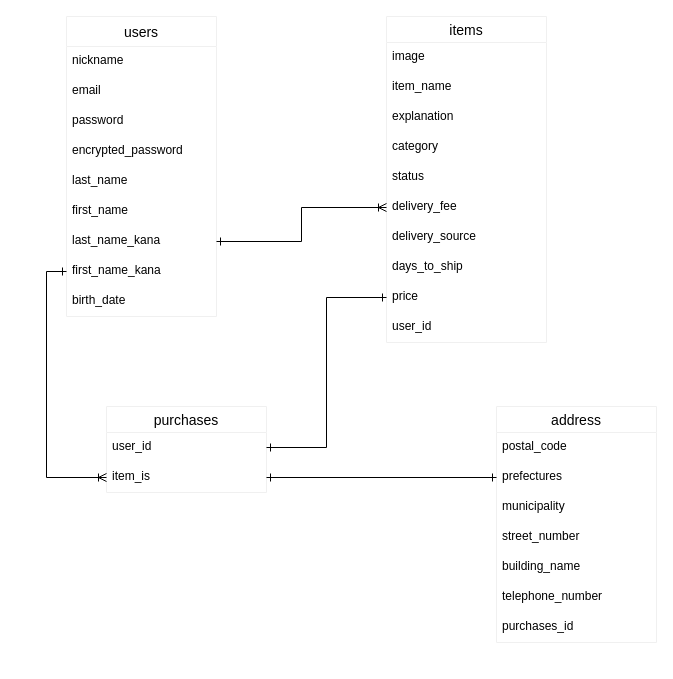
Before: furima.dio in fukuda0921/furima-31043, a draw.io diagram. Source tidied: cells renumbered, new cells numbered last; positions are measured from the earlier drawing's top-left corner, leaving out a move shared by most shapes. Both pictures are drawn from the tidied source at 100%, with x=0, y=0 at pixel (66, 16).
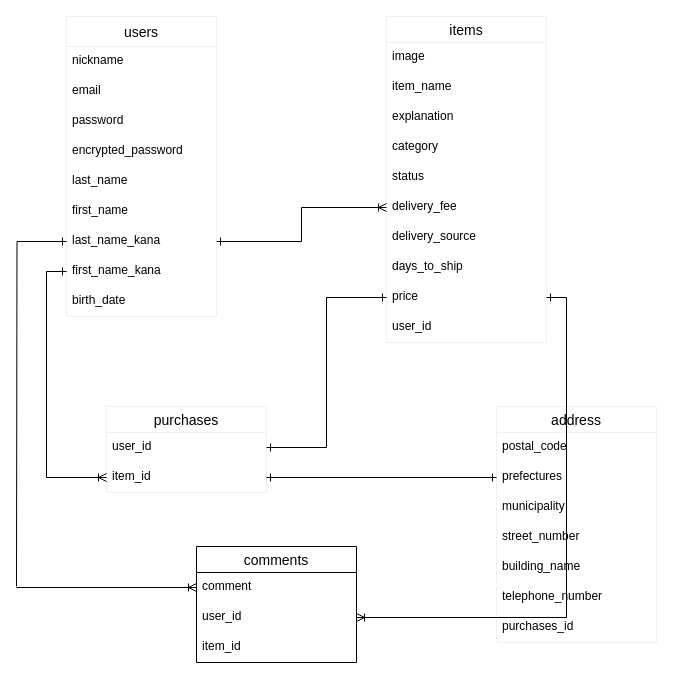
The same diagram, later.

Commit message (it also covers changes not shown here):
データベース設計の編集

Unchanged cells that the change refers to:
```xml
<mxCell id="9" value="last_name_kana" style="text;strokeColor=none;fillColor=none;spacingLeft=4;spacingRight=4;overflow=hidden;points=[[0,0.5],[1,0.5]];portConstraint=eastwest;fontSize=12;" parent="2" vertex="1">
  <mxGeometry y="210" width="150" height="30" as="geometry" />
</mxCell>
<mxCell id="21" value="price" style="text;strokeColor=none;fillColor=none;spacingLeft=4;spacingRight=4;overflow=hidden;points=[[0,0.5],[1,0.5]];portConstraint=eastwest;fontSize=12;" parent="12" vertex="1">
  <mxGeometry y="266" width="160" height="30" as="geometry" />
</mxCell>
<mxCell id="24" value="purchases" style="swimlane;fontStyle=0;horizontal=1;startSize=26;align=center;fontSize=14;strokeColor=#F0F0F0;" parent="1" vertex="1">
  <mxGeometry x="40" y="390" width="160" height="86" as="geometry" />
</mxCell>
```

Change to the diagram source:
```diff
@@
-    <mxCell id="26" value="item_is" style="text;strokeColor=none;fillColor=none;spacingLeft=4;spacingRight=4;overflow=hidden;points=[[0,0.5],[1,0.5]];portConstraint=eastwest;fontSize=12;" parent="24" vertex="1">
+    <mxCell id="26" value="item_id" style="text;strokeColor=none;fillColor=none;spacingLeft=4;spacingRight=4;overflow=hidden;points=[[0,0.5],[1,0.5]];portConstraint=eastwest;fontSize=12;" parent="24" vertex="1">
       <mxGeometry y="56" width="160" height="30" as="geometry" />
     </mxCell>
@@
+    <mxCell id="38" value="comments" style="swimlane;fontStyle=0;horizontal=1;startSize=26;align=center;fontSize=14;" parent="1" vertex="1">
+      <mxGeometry x="130" y="530" width="160" height="116" as="geometry" />
+    </mxCell>
+    <mxCell id="39" value="comment" style="text;strokeColor=none;fillColor=none;spacingLeft=4;spacingRight=4;overflow=hidden;points=[[0,0.5],[1,0.5]];portConstraint=eastwest;fontSize=12;" parent="38" vertex="1">
+      <mxGeometry y="26" width="160" height="30" as="geometry" />
+    </mxCell>
+    <mxCell id="40" value="user_id" style="text;strokeColor=none;fillColor=none;spacingLeft=4;spacingRight=4;overflow=hidden;points=[[0,0.5],[1,0.5]];portConstraint=eastwest;fontSize=12;" parent="38" vertex="1">
+      <mxGeometry y="56" width="160" height="30" as="geometry" />
+    </mxCell>
+    <mxCell id="41" value="item_id" style="text;strokeColor=none;fillColor=none;spacingLeft=4;spacingRight=4;overflow=hidden;fontSize=12;" parent="38" vertex="1">
+      <mxGeometry y="86" width="160" height="30" as="geometry" />
+    </mxCell>
+    <mxCell id="42" style="edgeStyle=orthogonalEdgeStyle;rounded=0;jettySize=auto;html=1;exitX=0;exitY=0.5;exitDx=0;exitDy=0;startArrow=ERone;startFill=0;endArrow=none;endFill=0;" parent="1" edge="1" source="9">
+      <mxGeometry relative="1" as="geometry">
+        <mxPoint x="-50" y="570" as="targetPoint" />
+      </mxGeometry>
+    </mxCell>
+    <mxCell id="43" style="edgeStyle=orthogonalEdgeStyle;rounded=0;jettySize=auto;html=1;exitX=0;exitY=0.5;exitDx=0;exitDy=0;startArrow=ERoneToMany;startFill=0;endArrow=none;endFill=0;" parent="1" edge="1" source="39">
+      <mxGeometry relative="1" as="geometry">
+        <mxPoint x="-50" y="571" as="targetPoint" />
+      </mxGeometry>
+    </mxCell>
+    <mxCell id="44" style="edgeStyle=orthogonalEdgeStyle;rounded=0;jettySize=auto;html=1;exitX=1;exitY=0.5;exitDx=0;exitDy=0;entryX=1;entryY=0.5;entryDx=0;entryDy=0;startArrow=ERone;startFill=0;endArrow=ERoneToMany;endFill=0;" parent="1" edge="1" source="21" target="40">
+      <mxGeometry relative="1" as="geometry" />
+    </mxCell>
```
